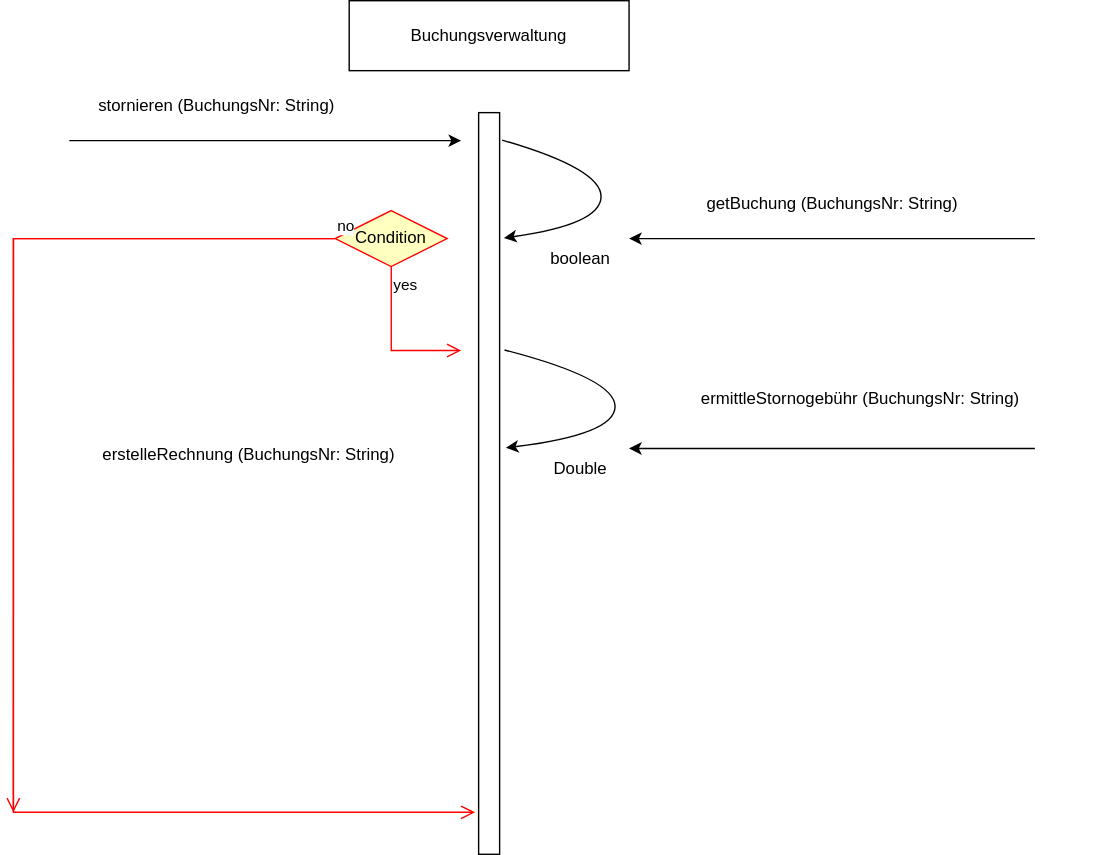
Earlier version of the draw.io export Buchungsverwaltung.drawio.svg (IngoGutwin/diagrams). Source tidied: cells renumbered, new cells last; positions are measured from the earlier drawing's top-left corner, leaving out a move shared by most shapes.
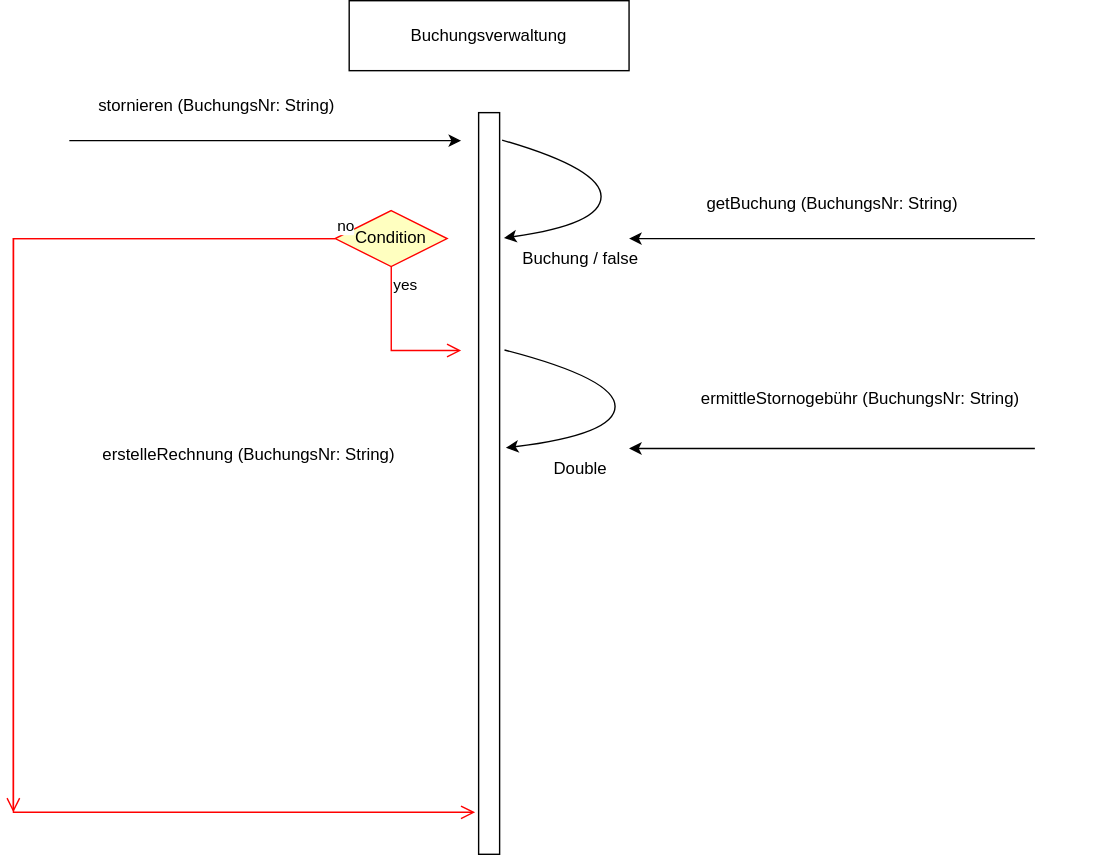
The same diagram one commit later.

The edit, as a diff of the source:
```diff
@@ -81,8 +81,8 @@
     <mxCell id="17" value="Double" style="text;html=1;align=center;verticalAlign=middle;strokeColor=none;fillColor=none;" parent="1" vertex="1">
       <mxGeometry x="370" y="320" width="70" height="30" as="geometry" />
     </mxCell>
-    <mxCell id="18" value="boolean" style="text;html=1;align=center;verticalAlign=middle;strokeColor=none;fillColor=none;" parent="1" vertex="1">
-      <mxGeometry x="365" y="170" width="80" height="30" as="geometry" />
+    <mxCell id="18" value="Buchung / false" style="text;html=1;align=center;verticalAlign=middle;strokeColor=none;fillColor=none;" parent="1" vertex="1">
+      <mxGeometry x="340" y="170" width="130" height="30" as="geometry" />
     </mxCell>
   </root>
 </mxGraphModel>
```
